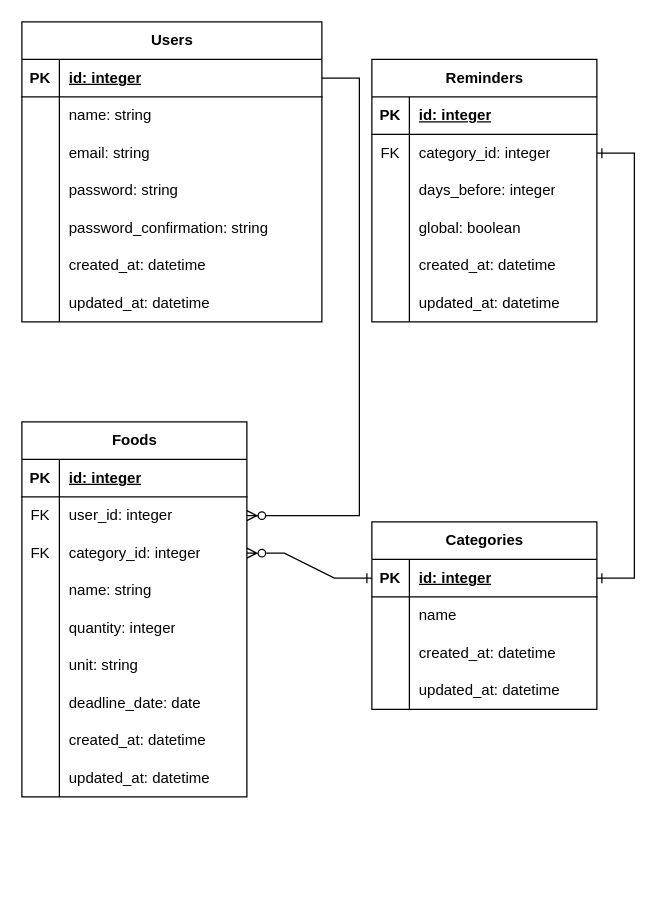
Earlier version of the draw.io diagram 卒業制作FridgeBell.drawio (matsumo123/FridgeBell). Source tidied: cells renumbered, new cells numbered last; positions are measured from the earlier drawing's top-left corner, leaving out a move shared by most shapes. Both pictures are drawn from the tidied source at 125%, with x=0, y=0 at pixel (21, 21).
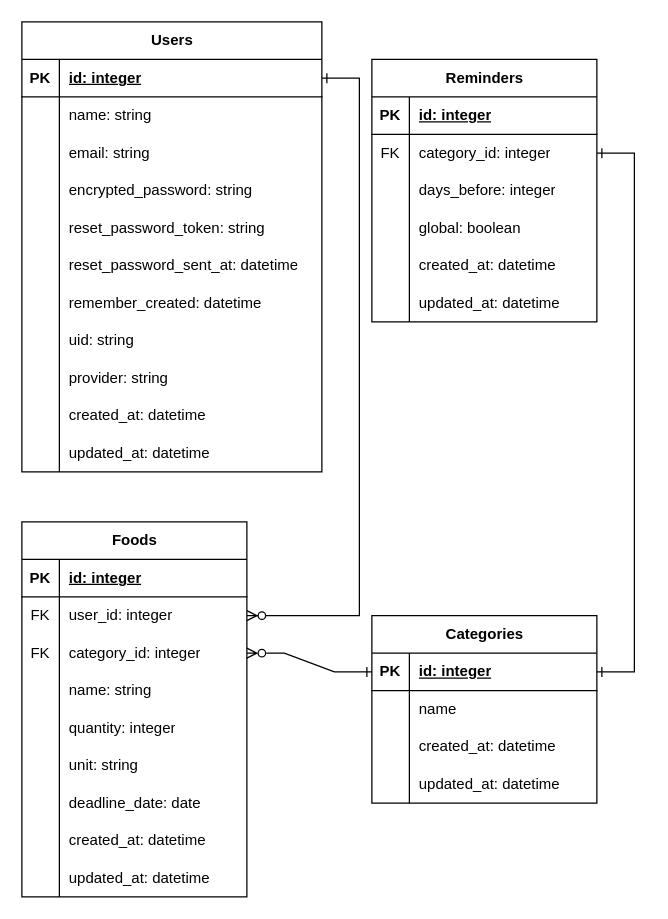
After the change.

Commit message:
卒業制作FridgeBell.drawio を更新します

Unchanged cells that the change refers to:
```xml
<mxCell id="12" style="shape=tableRow;horizontal=0;startSize=0;swimlaneHead=0;swimlaneBody=0;fillColor=none;top=0;left=0;right=0;bottom=0;" parent="2" vertex="1">
  <mxGeometry y="120" width="240" height="30" as="geometry" />
</mxCell>
<mxCell id="15" style="shape=tableRow;horizontal=0;startSize=0;swimlaneHead=0;swimlaneBody=0;fillColor=none;top=0;left=0;right=0;bottom=0;" parent="2" vertex="1">
  <mxGeometry y="150" width="240" height="30" as="geometry" />
</mxCell>
<mxCell id="18" style="shape=tableRow;horizontal=0;startSize=0;swimlaneHead=0;swimlaneBody=0;fillColor=none;top=0;left=0;right=0;bottom=0;" parent="2" vertex="1">
  <mxGeometry y="180" width="240" height="30" as="geometry" />
</mxCell>
<mxCell id="21" style="shape=tableRow;horizontal=0;startSize=0;swimlaneHead=0;swimlaneBody=0;fillColor=none;top=0;left=0;right=0;bottom=0;" parent="2" vertex="1">
  <mxGeometry y="210" width="240" height="30" as="geometry" />
</mxCell>
<mxCell id="28" style="shape=tableRow;horizontal=0;startSize=0;swimlaneHead=0;swimlaneBody=0;fillColor=none;points=[[0,0.5],[1,0.5]];portConstraint=eastwest;top=0;left=0;right=0;bottom=0;" parent="24" vertex="1">
  <mxGeometry y="60" width="180" height="30" as="geometry" />
</mxCell>
```

Diff of the diagram source:
```diff
@@
     <mxCell id="2" value="Users" style="shape=table;startSize=30;childLayout=tableLayout;rowLines=0;fontStyle=1;align=center;html=1;" parent="1" vertex="1">
-      <mxGeometry width="240" height="240" as="geometry" />
+      <mxGeometry width="240" height="360" as="geometry" />
     </mxCell>
@@
-    <mxCell id="14" value="password: string" style="shape=partialRectangle;fillColor=none;top=0;left=0;bottom=0;right=0;align=left;spacingLeft=6;overflow=hidden;whiteSpace=wrap;html=1;" parent="12" vertex="1">
+    <mxCell id="14" value="encrypted_password: string" style="shape=partialRectangle;fillColor=none;top=0;left=0;bottom=0;right=0;align=left;spacingLeft=6;overflow=hidden;whiteSpace=wrap;html=1;" parent="12" vertex="1">
       <mxGeometry x="30" width="210" height="30" as="geometry" />
     </mxCell>
@@
-    <mxCell id="17" value="password_confirmation&lt;span style=&quot;background-color: transparent; color: light-dark(rgb(0, 0, 0), rgb(255, 255, 255));&quot;&gt;: string&lt;/span&gt;" style="shape=partialRectangle;fillColor=none;top=0;left=0;bottom=0;right=0;align=left;spacingLeft=6;overflow=hidden;whiteSpace=wrap;html=1;" parent="15" vertex="1">
+    <mxCell id="17" value="&lt;span style=&quot;background-color: transparent; color: light-dark(rgb(0, 0, 0), rgb(255, 255, 255));&quot;&gt;reset_password_token: string&lt;/span&gt;" style="shape=partialRectangle;fillColor=none;top=0;left=0;bottom=0;right=0;align=left;spacingLeft=6;overflow=hidden;whiteSpace=wrap;html=1;" parent="15" vertex="1">
       <mxGeometry x="30" width="210" height="30" as="geometry" />
     </mxCell>
@@
-    <mxCell id="20" value="created_at: datetime" style="shape=partialRectangle;fillColor=none;top=0;left=0;bottom=0;right=0;align=left;spacingLeft=6;overflow=hidden;whiteSpace=wrap;html=1;" parent="18" vertex="1">
+    <mxCell id="20" value="reset_password_sent_at: datetime" style="shape=partialRectangle;fillColor=none;top=0;left=0;bottom=0;right=0;align=left;spacingLeft=6;overflow=hidden;whiteSpace=wrap;html=1;" parent="18" vertex="1">
       <mxGeometry x="30" width="210" height="30" as="geometry" />
     </mxCell>
@@
-    <mxCell id="23" value="updated_at: datetime" style="shape=partialRectangle;fillColor=none;top=0;left=0;bottom=0;right=0;align=left;spacingLeft=6;overflow=hidden;whiteSpace=wrap;html=1;" parent="21" vertex="1">
+    <mxCell id="23" value="remember_created: datetime" style="shape=partialRectangle;fillColor=none;top=0;left=0;bottom=0;right=0;align=left;spacingLeft=6;overflow=hidden;whiteSpace=wrap;html=1;" parent="21" vertex="1">
       <mxGeometry x="30" width="210" height="30" as="geometry" />
     </mxCell>
+    <mxCell id="87" style="shape=tableRow;horizontal=0;startSize=0;swimlaneHead=0;swimlaneBody=0;fillColor=none;points=[[0,0.5],[1,0.5]];portConstraint=eastwest;top=0;left=0;right=0;bottom=0;" parent="2" vertex="1">
+      <mxGeometry y="240" width="240" height="30" as="geometry" />
+    </mxCell>
+    <mxCell id="88" style="shape=partialRectangle;fillColor=none;top=0;left=0;bottom=0;right=0;overflow=hidden;whiteSpace=wrap;html=1;" parent="87" vertex="1">
+      <mxGeometry width="30" height="30" as="geometry" />
+    </mxCell>
+    <mxCell id="89" value="uid: string" style="shape=partialRectangle;fillColor=none;top=0;left=0;bottom=0;right=0;align=left;spacingLeft=6;overflow=hidden;whiteSpace=wrap;html=1;" parent="87" vertex="1">
+      <mxGeometry x="30" width="210" height="30" as="geometry" />
+    </mxCell>
+    <mxCell id="90" style="shape=tableRow;horizontal=0;startSize=0;swimlaneHead=0;swimlaneBody=0;fillColor=none;top=0;left=0;right=0;bottom=0;" parent="2" vertex="1">
+      <mxGeometry y="270" width="240" height="30" as="geometry" />
+    </mxCell>
+    <mxCell id="91" style="shape=partialRectangle;fillColor=none;top=0;left=0;bottom=0;right=0;overflow=hidden;whiteSpace=wrap;html=1;" parent="90" vertex="1">
+      <mxGeometry width="30" height="30" as="geometry" />
+    </mxCell>
+    <mxCell id="92" value="provider: string" style="shape=partialRectangle;fillColor=none;top=0;left=0;bottom=0;right=0;align=left;spacingLeft=6;overflow=hidden;whiteSpace=wrap;html=1;" parent="90" vertex="1">
+      <mxGeometry x="30" width="210" height="30" as="geometry" />
+    </mxCell>
+    <mxCell id="93" style="edgeStyle=orthogonalEdgeStyle;rounded=0;orthogonalLoop=1;jettySize=auto;html=1;exitX=1;exitY=0.5;exitDx=0;exitDy=0;" parent="2" edge="1" source="87" target="87">
+      <mxGeometry relative="1" as="geometry" />
+    </mxCell>
+    <mxCell id="94" style="shape=tableRow;horizontal=0;startSize=0;swimlaneHead=0;swimlaneBody=0;fillColor=none;top=0;left=0;right=0;bottom=0;" parent="2" vertex="1">
+      <mxGeometry y="300" width="240" height="30" as="geometry" />
+    </mxCell>
+    <mxCell id="95" style="shape=partialRectangle;fillColor=none;top=0;left=0;bottom=0;right=0;overflow=hidden;whiteSpace=wrap;html=1;" parent="94" vertex="1">
+      <mxGeometry width="30" height="30" as="geometry" />
+    </mxCell>
+    <mxCell id="96" value="created_at: datetime" style="shape=partialRectangle;fillColor=none;top=0;left=0;bottom=0;right=0;align=left;spacingLeft=6;overflow=hidden;whiteSpace=wrap;html=1;" parent="94" vertex="1">
+      <mxGeometry x="30" width="210" height="30" as="geometry" />
+    </mxCell>
+    <mxCell id="97" style="shape=tableRow;horizontal=0;startSize=0;swimlaneHead=0;swimlaneBody=0;fillColor=none;top=0;left=0;right=0;bottom=0;" parent="2" vertex="1">
+      <mxGeometry y="330" width="240" height="30" as="geometry" />
+    </mxCell>
+    <mxCell id="98" style="shape=partialRectangle;fillColor=none;top=0;left=0;bottom=0;right=0;overflow=hidden;whiteSpace=wrap;html=1;" parent="97" vertex="1">
+      <mxGeometry width="30" height="30" as="geometry" />
+    </mxCell>
+    <mxCell id="99" value="updated_at: datetime" style="shape=partialRectangle;fillColor=none;top=0;left=0;bottom=0;right=0;align=left;spacingLeft=6;overflow=hidden;whiteSpace=wrap;html=1;" parent="97" vertex="1">
+      <mxGeometry x="30" width="210" height="30" as="geometry" />
+    </mxCell>
     <mxCell id="24" value="Foods" style="shape=table;startSize=30;childLayout=tableLayout;rowLines=0;fontStyle=1;align=center;html=1;" parent="1" vertex="1">
-      <mxGeometry y="320" width="180" height="300" as="geometry" />
+      <mxGeometry y="400" width="180" height="300" as="geometry" />
     </mxCell>
@@
     <mxCell id="52" value="Categories" style="shape=table;startSize=30;childLayout=tableLayout;rowLines=0;fontStyle=1;align=center;html=1;" parent="1" vertex="1">
-      <mxGeometry x="280" y="400" width="180" height="150" as="geometry" />
+      <mxGeometry x="280" y="475" width="180" height="150" as="geometry" />
     </mxCell>
@@
-    <mxCell id="86" style="edgeStyle=entityRelationEdgeStyle;fontSize=12;html=1;endArrow=ERzeroToMany;endFill=1;rounded=0;entryDx=0;entryDy=0;entryX=1;entryY=0.5;exitX=0;exitY=0.5;exitDx=0;exitDy=0;" parent="1" edge="1" target="28">
+    <mxCell id="86" style="edgeStyle=entityRelationEdgeStyle;fontSize=12;html=1;endArrow=ERzeroToMany;endFill=1;rounded=0;entryDx=0;entryDy=0;entryX=1;entryY=0.5;exitX=0;exitY=0.5;exitDx=0;exitDy=0;startArrow=ERone;startFill=0;" parent="1" edge="1" target="28">
       <mxGeometry relative="1" as="geometry">
         <mxPoint x="240" y="45" as="sourcePoint" />
       </mxGeometry>
     </mxCell>
```
